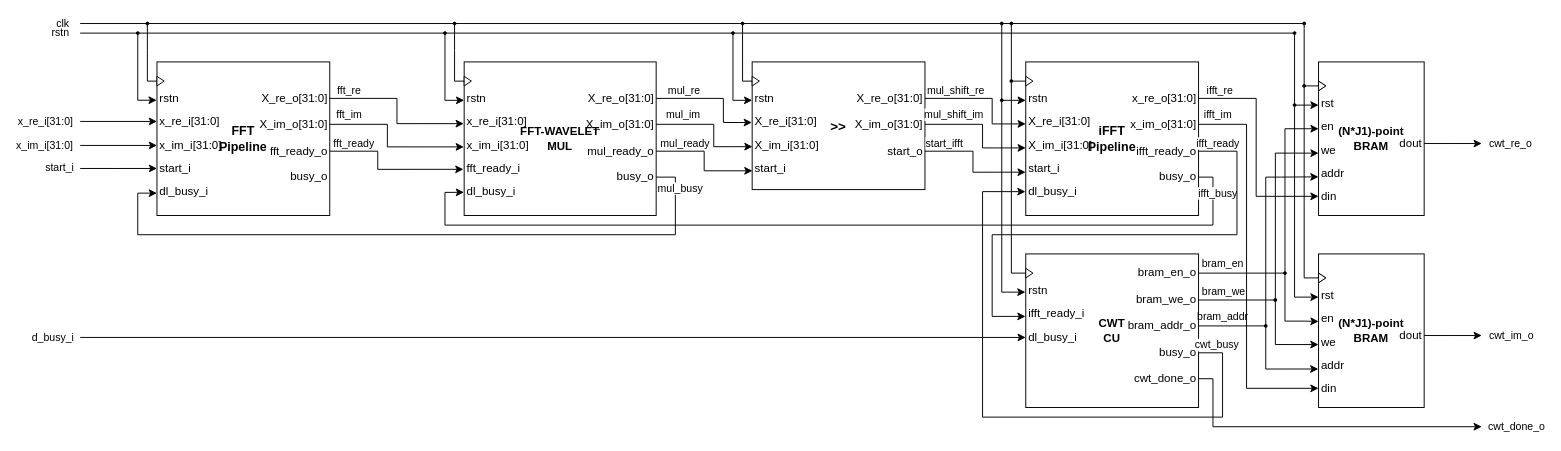
The draw.io diagram 01_doc/03_drawings/01_design/cwt/cwt.drawio in Diogofernandes5/mthesis, before the edit. Source tidied: cells renumbered, new cells numbered last; positions are measured from the earlier drawing's top-left corner, leaving out a move shared by most shapes. Both pictures are drawn from the tidied source at 96%, with x=0, y=0 at pixel (80, 23).
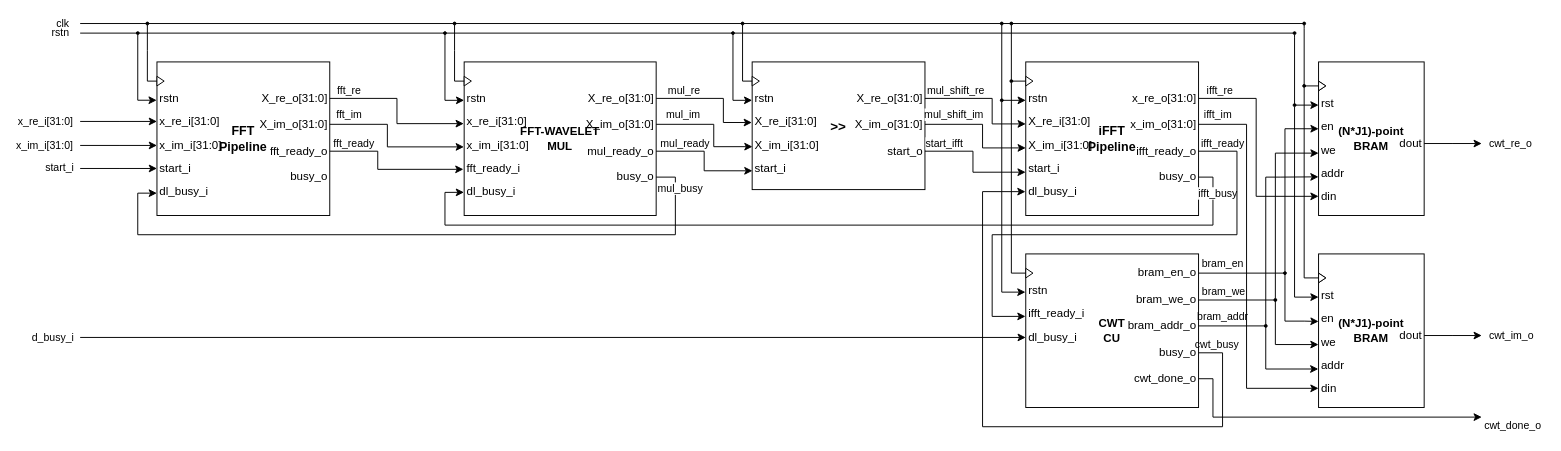
The same page after the edit.

Unchanged cells that the change refers to:
```xml
<mxCell id="23" value="dl_busy_i" style="text;html=1;align=left;verticalAlign=middle;points=[];strokeColor=none;fillColor=none;fontFamily=NewsGotT;fontSize=12;fontColor=default;spacing=0;spacingLeft=3;spacingRight=-10;spacingBottom=-2;spacingTop=-2;" parent="1" vertex="1">
  <mxGeometry x="985" y="165" width="50" height="20" as="geometry" />
</mxCell>
<mxCell id="27" value="ifft_ready_o" style="text;html=1;align=right;verticalAlign=middle;points=[];strokeColor=none;fillColor=none;fontFamily=NewsGotT;fontSize=12;fontColor=default;spacing=0;spacingRight=3;spacingLeft=-9;spacingBottom=-2;spacingTop=-2;" parent="1" vertex="1">
  <mxGeometry x="1105" y="123" width="60" height="20" as="geometry" />
</mxCell>
<mxCell id="80" value="ifft_ready_i" style="text;html=1;align=left;verticalAlign=middle;points=[];strokeColor=none;fillColor=none;spacing=0;fontFamily=NewsGotT;spacingLeft=3;spacingRight=-10;spacingBottom=-2;spacingTop=-2;" parent="1" vertex="1">
  <mxGeometry x="985" y="292" width="55" height="20" as="geometry" />
</mxCell>
<mxCell id="87" value="busy_o" style="text;html=1;align=right;verticalAlign=middle;points=[];strokeColor=none;fillColor=none;fontFamily=NewsGotT;fontSize=12;fontColor=default;spacing=0;spacingRight=3;spacingLeft=-9;spacingBottom=-2;spacingTop=-2;" parent="1" vertex="1">
  <mxGeometry x="1125" y="333" width="40" height="20" as="geometry" />
</mxCell>
<mxCell id="91" value="cwt_done_o" style="text;html=1;align=right;verticalAlign=middle;points=[];strokeColor=none;fillColor=none;fontFamily=NewsGotT;fontSize=12;fontColor=default;spacing=0;spacingRight=3;spacingLeft=-9;spacingBottom=-2;spacingTop=-2;" parent="1" vertex="1">
  <mxGeometry x="1105" y="360" width="60" height="20" as="geometry" />
</mxCell>
```

Diff of the diagram source:
```diff
@@
     <mxCell id="90" value="cwt_done_o" style="edgeStyle=orthogonalEdgeStyle;rounded=0;jettySize=auto;html=1;align=left;fontFamily=NewsGotT;" parent="1" edge="1" source="91">
-      <mxGeometry x="1" y="5" relative="1" as="geometry">
-        <mxPoint x="1460" y="420" as="targetPoint" />
+      <mxGeometry x="1" y="-5" relative="1" as="geometry">
+        <mxPoint x="1460" y="410" as="targetPoint" />
         <Array as="points">
           <mxPoint x="1180" y="370" />
-          <mxPoint x="1180" y="420" />
+          <mxPoint x="1180" y="410" />
+          <mxPoint x="1460" y="410" />
         </Array>
-        <mxPoint x="5" y="5" as="offset" />
+        <mxPoint x="1" y="4" as="offset" />
       </mxGeometry>
     </mxCell>
@@
     <mxCell id="92" value="ifft_ready" style="edgeStyle=orthogonalEdgeStyle;rounded=0;jettySize=auto;html=1;entryX=-0.005;entryY=0.653;entryDx=0;entryDy=0;entryPerimeter=0;fontFamily=NewsGotT;" parent="1" edge="1" source="27" target="80">
-      <mxGeometry x="-0.92" y="8" relative="1" as="geometry">
+      <mxGeometry x="-0.9" y="8" relative="1" as="geometry">
         <Array as="points">
           <mxPoint x="1205" y="133" />
           <mxPoint x="1205" y="220" />
           <mxPoint x="950" y="220" />
           <mxPoint x="950" y="305" />
         </Array>
       </mxGeometry>
     </mxCell>
@@
-    <mxCell id="113" value="&lt;font face=&quot;NewsGotT&quot;&gt;cwt_busy&lt;/font&gt;" style="edgeStyle=orthogonalEdgeStyle;rounded=0;jettySize=auto;html=1;entryX=-0.006;entryY=0.507;entryDx=0;entryDy=0;entryPerimeter=0;" parent="1" edge="1" source="87" target="23">
+    <mxCell id="113" value="&lt;font face=&quot;NewsGotT&quot;&gt;cwt_busy&lt;/font&gt;" style="edgeStyle=orthogonalEdgeStyle;rounded=0;jettySize=auto;html=1;entryX=-0.006;entryY=0.507;entryDx=0;entryDy=0;entryPerimeter=0;labelBackgroundColor=none;" parent="1" edge="1" source="87" target="23">
       <mxGeometry x="-0.94" y="8" relative="1" as="geometry">
         <Array as="points">
           <mxPoint x="1190" y="343" />
-          <mxPoint x="1190" y="410" />
-          <mxPoint x="940" y="410" />
+          <mxPoint x="1190" y="420" />
+          <mxPoint x="940" y="420" />
           <mxPoint x="940" y="175" />
         </Array>
       </mxGeometry>
     </mxCell>
```
